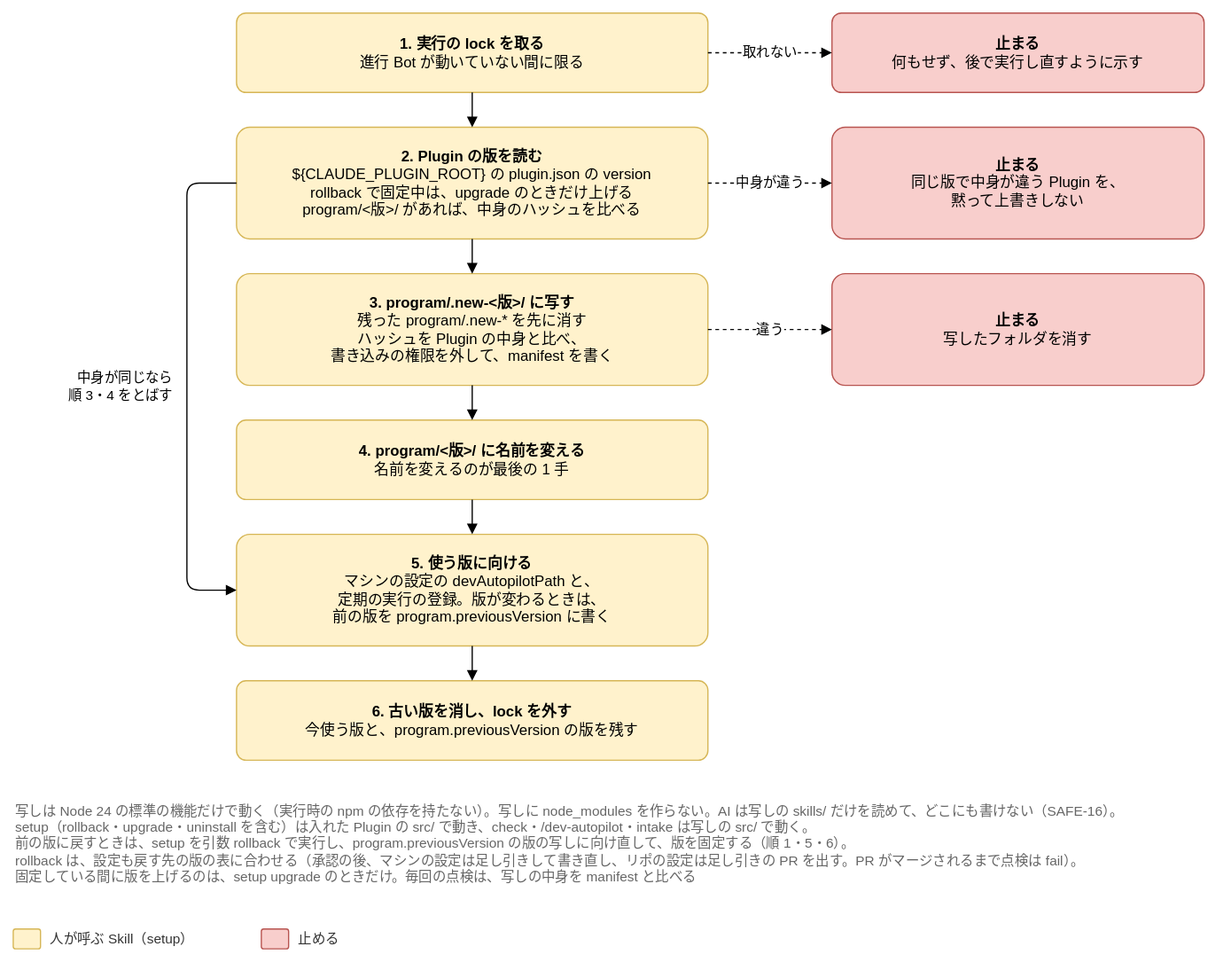
This is docs/design/basic/diagrams/04-program-copy.drawio.svg from Joymerrevent/dev-autopilot, a draw.io export, as it was before one commit. Source tidied: cells renumbered, new cells last; positions are measured from the earlier drawing's top-left corner, leaving out a move shared by most shapes.
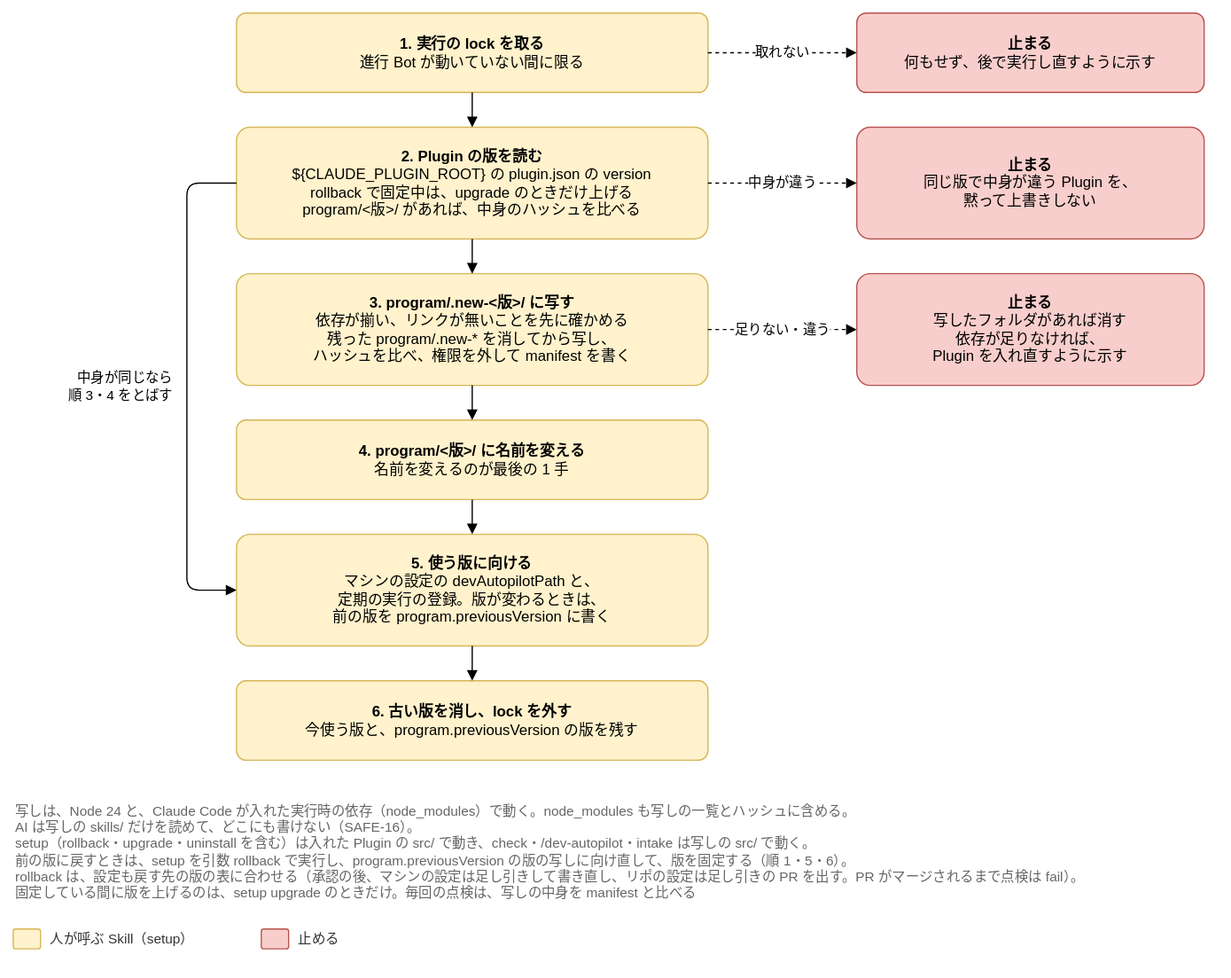
The same diagram one commit later.

Commit message:
docs(design): 基本設計の依存と写しとテストを、実行時の npm の依存を持ってよい形に直す

ADR-20261107-002 の反映。
- 導入と点検の「依存」：plugin/package.json と npm のロックファイルの置き方、Claude Code が入れること、
  写す前に依存が揃っていてシンボリックリンクが無いかを確かめること、写しの一覧に node_modules を含めること、
  構成の検査で確かめること、熟成期間と Dependabot の行を足す時期
- プログラムの写しの順 3 と図に、写す前の確かめと止まり方を足す
- テストの構成の検査と回し方に、依存の import の決まりと plugin/ での npm ci を足す

Claude-Session: https://claude.ai/code/session_01LvmXQN14Y95msvojZ6hWNP

Diff of the diagram source:
```diff
@@ -8,7 +8,7 @@
     <mxCell id="3" value="&lt;b&gt;2. Plugin の版を読む&lt;/b&gt;&lt;br&gt;${CLAUDE_PLUGIN_ROOT} の plugin.json の version&lt;br&gt;rollback で固定中は、upgrade のときだけ上げる&lt;br&gt;program/&amp;lt;版&amp;gt;/ があれば、中身のハッシュを比べる" style="rounded=1;whiteSpace=wrap;html=1;fontSize=12;arcSize=12;spacing=12;fillColor=#fff2cc;strokeColor=#d6b656;" parent="1" vertex="1">
       <mxGeometry x="180" y="92" width="380" height="90" as="geometry" />
     </mxCell>
-    <mxCell id="4" value="&lt;b&gt;3. program/.new-&amp;lt;版&amp;gt;/ に写す&lt;/b&gt;&lt;br&gt;残った program/.new-* を先に消す&lt;br&gt;ハッシュを Plugin の中身と比べ、&lt;br&gt;書き込みの権限を外して、manifest を書く" style="rounded=1;whiteSpace=wrap;html=1;fontSize=12;arcSize=12;spacing=12;fillColor=#fff2cc;strokeColor=#d6b656;" parent="1" vertex="1">
+    <mxCell id="4" value="&lt;b&gt;3. program/.new-&amp;lt;版&amp;gt;/ に写す&lt;/b&gt;&lt;br&gt;依存が揃い、リンクが無いことを先に確かめる&lt;br&gt;残った program/.new-* を消してから写し、&lt;br&gt;ハッシュを比べ、権限を外して manifest を書く" style="rounded=1;whiteSpace=wrap;html=1;fontSize=12;arcSize=12;spacing=12;fillColor=#fff2cc;strokeColor=#d6b656;" parent="1" vertex="1">
       <mxGeometry x="180" y="210" width="380" height="90" as="geometry" />
     </mxCell>
     <mxCell id="5" value="&lt;b&gt;4. program/&amp;lt;版&amp;gt;/ に名前を変える&lt;/b&gt;&lt;br&gt;名前を変えるのが最後の 1 手" style="rounded=1;whiteSpace=wrap;html=1;fontSize=12;arcSize=12;spacing=12;fillColor=#fff2cc;strokeColor=#d6b656;" parent="1" vertex="1">
@@ -36,13 +36,13 @@
       <mxGeometry relative="1" as="geometry" />
     </mxCell>
     <mxCell id="13" value="&lt;b&gt;止まる&lt;/b&gt;&lt;br&gt;何もせず、後で実行し直すように示す" style="rounded=1;whiteSpace=wrap;html=1;fontSize=12;arcSize=12;spacing=12;fillColor=#f8cecc;strokeColor=#b85450;" parent="1" vertex="1">
-      <mxGeometry x="660" width="300" height="64" as="geometry" />
+      <mxGeometry x="680" width="280" height="64" as="geometry" />
     </mxCell>
     <mxCell id="14" value="&lt;b&gt;止まる&lt;/b&gt;&lt;br&gt;同じ版で中身が違う Plugin を、&lt;br&gt;黙って上書きしない" style="rounded=1;whiteSpace=wrap;html=1;fontSize=12;arcSize=12;spacing=12;fillColor=#f8cecc;strokeColor=#b85450;" parent="1" vertex="1">
-      <mxGeometry x="660" y="92" width="300" height="90" as="geometry" />
+      <mxGeometry x="680" y="92" width="280" height="90" as="geometry" />
     </mxCell>
-    <mxCell id="15" value="&lt;b&gt;止まる&lt;/b&gt;&lt;br&gt;写したフォルダを消す" style="rounded=1;whiteSpace=wrap;html=1;fontSize=12;arcSize=12;spacing=12;fillColor=#f8cecc;strokeColor=#b85450;" parent="1" vertex="1">
-      <mxGeometry x="660" y="210" width="300" height="90" as="geometry" />
+    <mxCell id="15" value="&lt;b&gt;止まる&lt;/b&gt;&lt;br&gt;写したフォルダがあれば消す&lt;br&gt;依存が足りなければ、&lt;br&gt;Plugin を入れ直すように示す" style="rounded=1;whiteSpace=wrap;html=1;fontSize=12;arcSize=12;spacing=12;fillColor=#f8cecc;strokeColor=#b85450;" parent="1" vertex="1">
+      <mxGeometry x="680" y="210" width="280" height="90" as="geometry" />
     </mxCell>
     <mxCell id="16" value="取れない" style="edgeStyle=orthogonalEdgeStyle;rounded=1;html=1;endArrow=block;endFill=1;fontSize=11;labelBackgroundColor=#ffffff;dashed=1;exitX=1;exitY=0.5;exitDx=0;exitDy=0;entryX=0;entryY=0.5;entryDx=0;entryDy=0;" parent="1" edge="1" source="2" target="13">
       <mxGeometry relative="1" as="geometry" />
@@ -50,7 +50,7 @@
     <mxCell id="17" value="中身が違う" style="edgeStyle=orthogonalEdgeStyle;rounded=1;html=1;endArrow=block;endFill=1;fontSize=11;labelBackgroundColor=#ffffff;dashed=1;exitX=1;exitY=0.5;exitDx=0;exitDy=0;entryX=0;entryY=0.5;entryDx=0;entryDy=0;" parent="1" edge="1" source="3" target="14">
       <mxGeometry relative="1" as="geometry" />
     </mxCell>
-    <mxCell id="18" value="違う" style="edgeStyle=orthogonalEdgeStyle;rounded=1;html=1;endArrow=block;endFill=1;fontSize=11;labelBackgroundColor=#ffffff;dashed=1;exitX=1;exitY=0.5;exitDx=0;exitDy=0;entryX=0;entryY=0.5;entryDx=0;entryDy=0;" parent="1" edge="1" source="4" target="15">
+    <mxCell id="18" value="足りない・違う" style="edgeStyle=orthogonalEdgeStyle;rounded=1;html=1;endArrow=block;endFill=1;fontSize=11;labelBackgroundColor=#ffffff;dashed=1;exitX=1;exitY=0.5;exitDx=0;exitDy=0;entryX=0;entryY=0.5;entryDx=0;entryDy=0;" parent="1" edge="1" source="4" target="15">
       <mxGeometry relative="1" as="geometry" />
     </mxCell>
     <mxCell id="19" style="edgeStyle=orthogonalEdgeStyle;rounded=1;html=1;endArrow=block;endFill=1;fontSize=11;labelBackgroundColor=#ffffff;exitX=0;exitY=0.5;exitDx=0;exitDy=0;entryX=0;entryY=0.5;entryDx=0;entryDy=0;" parent="1" edge="1" source="3" target="6">
@@ -64,7 +64,7 @@
     <mxCell id="20" value="中身が同じなら&lt;br&gt;順 3・4 をとばす" style="text;html=1;align=right;verticalAlign=middle;fontSize=11;" parent="1" vertex="1">
       <mxGeometry y="281" width="130" height="40" as="geometry" />
     </mxCell>
-    <mxCell id="21" value="写しは Node 24 の標準の機能だけで動く（実行時の npm の依存を持たない）。写しに node_modules を作らない。AI は写しの skills/ だけを読めて、どこにも書けない（SAFE-16）。&lt;br&gt;setup（rollback・upgrade・uninstall を含む）は入れた Plugin の src/ で動き、check・/dev-autopilot・intake は写しの src/ で動く。&lt;br&gt;前の版に戻すときは、setup を引数 rollback で実行し、program.previousVersion の版の写しに向け直して、版を固定する（順 1・5・6）。&lt;br&gt;rollback は、設定も戻す先の版の表に合わせる（承認の後、マシンの設定は足し引きして書き直し、リポの設定は足し引きの PR を出す。PR がマージされるまで点検は fail）。&lt;br&gt;固定している間に版を上げるのは、setup upgrade のときだけ。毎回の点検は、写しの中身を manifest と比べる" style="text;html=1;whiteSpace=wrap;align=left;verticalAlign=top;fontSize=11;fontColor=#666666;" parent="1" vertex="1">
+    <mxCell id="21" value="写しは、Node 24 と、Claude Code が入れた実行時の依存（node_modules）で動く。node_modules も写しの一覧とハッシュに含める。&lt;br&gt;AI は写しの skills/ だけを読めて、どこにも書けない（SAFE-16）。&lt;br&gt;setup（rollback・upgrade・uninstall を含む）は入れた Plugin の src/ で動き、check・/dev-autopilot・intake は写しの src/ で動く。&lt;br&gt;前の版に戻すときは、setup を引数 rollback で実行し、program.previousVersion の版の写しに向け直して、版を固定する（順 1・5・6）。&lt;br&gt;rollback は、設定も戻す先の版の表に合わせる（承認の後、マシンの設定は足し引きして書き直し、リポの設定は足し引きの PR を出す。PR がマージされるまで点検は fail）。&lt;br&gt;固定している間に版を上げるのは、setup upgrade のときだけ。毎回の点検は、写しの中身を manifest と比べる" style="text;html=1;whiteSpace=wrap;align=left;verticalAlign=top;fontSize=11;fontColor=#666666;" parent="1" vertex="1">
       <mxGeometry y="630" width="960" height="88" as="geometry" />
     </mxCell>
     <mxCell id="22" style="rounded=1;whiteSpace=wrap;html=1;fontSize=12;arcSize=12;spacing=12;fillColor=#fff2cc;strokeColor=#d6b656;" parent="1" vertex="1">
```
